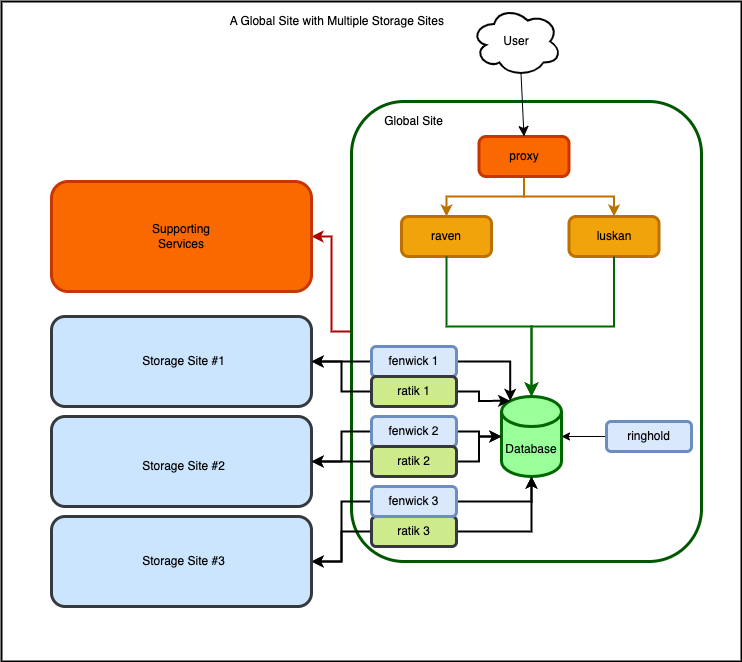
The draw.io diagram storage-inventory/ops/GlobalSiteWithExternal.drawio.png in opencadc/opencadc.github.io, before a commit. Source tidied: cells renumbered, new cells last; positions are measured from the earlier drawing's top-left corner, leaving out a move shared by most shapes.
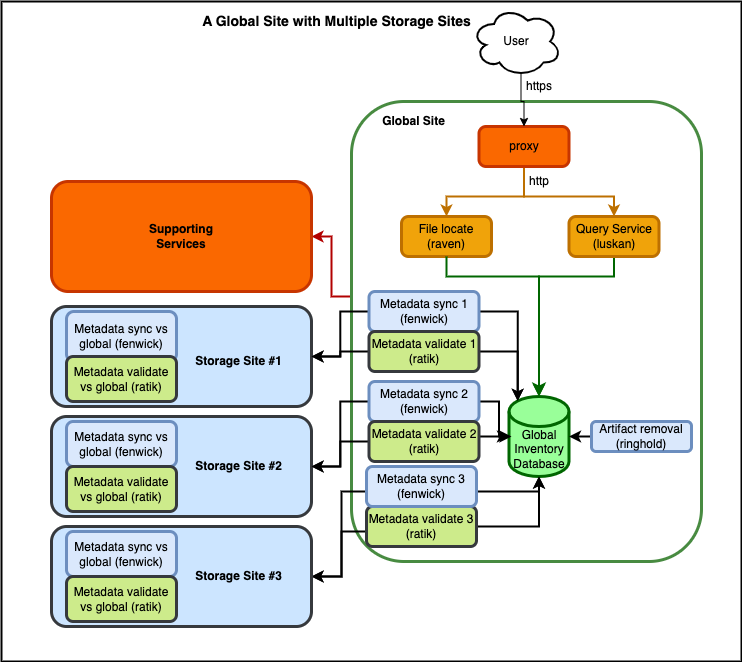
The same file after the commit.

Diff of the diagram source:
```diff
@@ -6,45 +6,61 @@
       <mxGeometry width="740" height="660" as="geometry" />
     </mxCell>
     <mxCell id="3" style="edgeStyle=orthogonalEdgeStyle;rounded=0;jettySize=auto;html=1;exitX=0;exitY=0.5;exitDx=0;exitDy=0;entryX=1;entryY=0.5;entryDx=0;entryDy=0;fillColor=#e51400;strokeColor=#B20000;strokeWidth=2;" parent="1" edge="1" source="4" target="16">
-      <mxGeometry relative="1" as="geometry" />
+      <mxGeometry relative="1" as="geometry">
+        <Array as="points">
+          <mxPoint x="350" y="295" />
+          <mxPoint x="330" y="295" />
+          <mxPoint x="330" y="235" />
+        </Array>
+      </mxGeometry>
     </mxCell>
-    <mxCell id="4" style="rounded=1;whiteSpace=wrap;html=1;fillColor=none;fontColor=#ffffff;strokeColor=#005700;strokeWidth=3;" parent="1" vertex="1">
+    <mxCell id="4" style="rounded=1;whiteSpace=wrap;html=1;fillColor=none;fontColor=#ffffff;strokeColor=#488b41;strokeWidth=3;" parent="1" vertex="1">
       <mxGeometry x="350" y="100" width="350" height="460" as="geometry" />
     </mxCell>
     <mxCell id="5" style="rounded=1;whiteSpace=wrap;html=1;strokeWidth=3;fillColor=#cce5ff;strokeColor=#36393d;" parent="1" vertex="1">
-      <mxGeometry x="50" y="315" width="260" height="90" as="geometry" />
+      <mxGeometry x="50" y="305" width="260" height="100" as="geometry" />
     </mxCell>
-    <mxCell id="6" value="raven" style="rounded=1;whiteSpace=wrap;html=1;absoluteArcSize=1;arcSize=14;strokeWidth=3;fillColor=#f0a30a;fontColor=#000000;strokeColor=#BD7000;" parent="1" vertex="1">
+    <mxCell id="6" value="File locate&lt;br&gt;(raven)" style="rounded=1;whiteSpace=wrap;html=1;absoluteArcSize=1;arcSize=14;strokeWidth=3;fillColor=#f0a30a;fontColor=#000000;strokeColor=#BD7000;" parent="1" vertex="1">
       <mxGeometry x="400" y="215" width="90" height="40" as="geometry" />
     </mxCell>
     <mxCell id="7" style="edgeStyle=orthogonalEdgeStyle;rounded=0;jettySize=auto;html=1;exitX=0.5;exitY=1;exitDx=0;exitDy=0;entryX=0.5;entryY=0;entryDx=0;entryDy=0;strokeColor=#BD7000;fillColor=#f0a30a;strokeWidth=2;" parent="1" edge="1" source="9" target="6">
-      <mxGeometry relative="1" as="geometry" />
+      <mxGeometry relative="1" as="geometry">
+        <Array as="points">
+          <mxPoint x="523" y="195" />
+          <mxPoint x="445" y="195" />
+        </Array>
+      </mxGeometry>
     </mxCell>
     <mxCell id="8" style="edgeStyle=orthogonalEdgeStyle;rounded=0;jettySize=auto;html=1;exitX=0.5;exitY=1;exitDx=0;exitDy=0;entryX=0.5;entryY=0;entryDx=0;entryDy=0;strokeColor=#BD7000;fillColor=#f0a30a;strokeWidth=2;" parent="1" edge="1" source="9" target="10">
-      <mxGeometry relative="1" as="geometry" />
+      <mxGeometry relative="1" as="geometry">
+        <Array as="points">
+          <mxPoint x="523" y="195" />
+          <mxPoint x="613" y="195" />
+        </Array>
+      </mxGeometry>
     </mxCell>
     <mxCell id="9" value="proxy" style="rounded=1;whiteSpace=wrap;html=1;absoluteArcSize=1;arcSize=14;strokeWidth=3;fillColor=#fa6800;strokeColor=#C73500;fontColor=#000000;" parent="1" vertex="1">
-      <mxGeometry x="477.5" y="135" width="90" height="40" as="geometry" />
+      <mxGeometry x="477.5" y="125" width="90" height="40" as="geometry" />
     </mxCell>
+    <mxCell id="11" style="edgeStyle=orthogonalEdgeStyle;rounded=0;jettySize=auto;html=1;exitX=0.5;exitY=1;exitDx=0;exitDy=0;entryX=0.5;entryY=0;entryDx=0;entryDy=0;entryPerimeter=0;strokeWidth=2;strokeColor=#006600;" parent="1" edge="1" source="10" target="18">
+      <mxGeometry relative="1" as="geometry">
+        <Array as="points">
+          <mxPoint x="613" y="275" />
+          <mxPoint x="538" y="275" />
+        </Array>
+      </mxGeometry>
+    </mxCell>
-    <mxCell id="10" value="luskan" style="rounded=1;whiteSpace=wrap;html=1;absoluteArcSize=1;arcSize=14;strokeWidth=3;fillColor=#f0a30a;strokeColor=#BD7000;fontColor=#000000;glass=0;shadow=0;sketch=0;" parent="1" vertex="1">
+    <mxCell id="10" value="Query Service&lt;br&gt;(luskan)" style="rounded=1;whiteSpace=wrap;html=1;absoluteArcSize=1;arcSize=14;strokeWidth=3;fillColor=#f0a30a;strokeColor=#BD7000;fontColor=#000000;glass=0;shadow=0;sketch=0;" parent="1" vertex="1">
       <mxGeometry x="567.5" y="215" width="90" height="40" as="geometry" />
     </mxCell>
-    <mxCell id="11" style="edgeStyle=segmentEdgeStyle;endArrow=classic;html=1;curved=0;rounded=0;endSize=8;startSize=8;exitX=0.5;exitY=1;exitDx=0;exitDy=0;strokeColor=#006600;strokeWidth=2;entryX=0.5;entryY=0;entryDx=0;entryDy=0;entryPerimeter=0;" parent="1" edge="1" source="10" target="18">
-      <mxGeometry relative="1" as="geometry">
-        <Array as="points">
-          <mxPoint x="613" y="325" />
-          <mxPoint x="530" y="325" />
-        </Array>
-      </mxGeometry>
-    </mxCell>
     <mxCell id="12" style="edgeStyle=elbowEdgeStyle;elbow=vertical;endArrow=classic;html=1;curved=0;rounded=0;endSize=8;startSize=8;entryX=0.5;entryY=0;entryDx=0;entryDy=0;entryPerimeter=0;strokeColor=#006600;strokeWidth=2;exitX=0.5;exitY=1;exitDx=0;exitDy=0;" parent="1" edge="1" source="6" target="18">
       <mxGeometry relative="1" as="geometry">
         <Array as="points">
-          <mxPoint x="470" y="325" />
+          <mxPoint x="480" y="275" />
         </Array>
       </mxGeometry>
     </mxCell>
-    <mxCell id="13" style="elbow=vertical;endArrow=classic;html=1;rounded=0;endSize=8;startSize=8;strokeColor=#000000;entryX=0.5;entryY=0;entryDx=0;entryDy=0;exitX=0.55;exitY=0.95;exitDx=0;exitDy=0;exitPerimeter=0;" parent="1" edge="1" source="14" target="9">
+    <mxCell id="13" style="edgeStyle=orthogonalEdgeStyle;rounded=0;jettySize=auto;html=1;exitX=0.55;exitY=0.95;exitDx=0;exitDy=0;exitPerimeter=0;entryX=0.5;entryY=0;entryDx=0;entryDy=0;" parent="1" edge="1" source="14" target="9">
       <mxGeometry relative="1" as="geometry" />
     </mxCell>
     <mxCell id="14" value="User" style="ellipse;shape=cloud;whiteSpace=wrap;html=1;strokeWidth=2;" parent="1" vertex="1">
@@ -58,17 +74,17 @@
     <mxCell id="16" style="rounded=1;whiteSpace=wrap;html=1;shadow=0;glass=0;sketch=0;strokeColor=#C73500;strokeWidth=3;fillColor=#fa6800;fontColor=#000000;" parent="1" vertex="1">
       <mxGeometry x="50" y="180" width="260" height="110" as="geometry" />
     </mxCell>
-    <mxCell id="17" value="&lt;div&gt;Supporting Services&lt;/div&gt;" style="text;html=1;strokeColor=none;fillColor=none;align=center;verticalAlign=middle;whiteSpace=wrap;rounded=0;" parent="1" vertex="1">
+    <mxCell id="17" value="&lt;div&gt;Supporting Services&lt;/div&gt;" style="text;html=1;strokeColor=none;fillColor=none;align=center;verticalAlign=middle;whiteSpace=wrap;rounded=0;fontStyle=1;" parent="1" vertex="1">
       <mxGeometry x="130" y="220" width="100" height="30" as="geometry" />
     </mxCell>
-    <mxCell id="18" value="Database" style="shape=cylinder3;whiteSpace=wrap;html=1;boundedLbl=1;backgroundOutline=1;size=15;strokeColor=#006600;fillColor=#99FF99;strokeWidth=3;" parent="1" vertex="1">
-      <mxGeometry x="500" y="395" width="60" height="80" as="geometry" />
+    <mxCell id="18" value="Global Inventory Database" style="shape=cylinder3;whiteSpace=wrap;html=1;boundedLbl=1;backgroundOutline=1;size=15;strokeColor=#006600;fillColor=#99FF99;strokeWidth=3;" parent="1" vertex="1">
+      <mxGeometry x="507.5" y="395" width="60" height="80" as="geometry" />
     </mxCell>
-    <mxCell id="19" style="edgeStyle=orthogonalEdgeStyle;rounded=0;jettySize=auto;html=1;exitX=0;exitY=0.5;exitDx=0;exitDy=0;entryX=1;entryY=0.5;entryDx=0;entryDy=0;entryPerimeter=0;" parent="1" edge="1" source="20" target="18">
+    <mxCell id="19" style="edgeStyle=orthogonalEdgeStyle;rounded=0;jettySize=auto;html=1;exitX=0;exitY=0.5;exitDx=0;exitDy=0;entryX=1;entryY=0.5;entryDx=0;entryDy=0;entryPerimeter=0;strokeWidth=2;" parent="1" edge="1" source="20" target="18">
       <mxGeometry relative="1" as="geometry" />
     </mxCell>
-    <mxCell id="20" value="ringhold" style="rounded=1;whiteSpace=wrap;html=1;strokeWidth=3;fillColor=#dae8fc;strokeColor=#6c8ebf;" parent="1" vertex="1">
-      <mxGeometry x="605" y="420" width="85" height="30" as="geometry" />
+    <mxCell id="20" value="Artifact removal (ringhold)" style="rounded=1;whiteSpace=wrap;html=1;strokeWidth=3;fillColor=#dae8fc;strokeColor=#6c8ebf;" parent="1" vertex="1">
+      <mxGeometry x="590" y="420" width="100" height="30" as="geometry" />
     </mxCell>
     <mxCell id="21" style="edgeStyle=orthogonalEdgeStyle;rounded=0;jettySize=auto;html=1;exitX=1;exitY=0.5;exitDx=0;exitDy=0;strokeWidth=2;" parent="1" edge="1" source="23" target="18">
       <mxGeometry relative="1" as="geometry" />
@@ -78,8 +94,8 @@
         <mxPoint x="370" y="530" as="sourcePoint" />
       </mxGeometry>
     </mxCell>
-    <mxCell id="23" value="ratik 3" style="rounded=1;whiteSpace=wrap;html=1;strokeWidth=3;fillColor=#cdeb8b;strokeColor=#36393d;" parent="1" vertex="1">
-      <mxGeometry x="370" y="515" width="85" height="30" as="geometry" />
+    <mxCell id="23" value="Metadata validate 3 (ratik)" style="rounded=1;whiteSpace=wrap;html=1;strokeWidth=3;fillColor=#cdeb8b;strokeColor=#36393d;" parent="1" vertex="1">
+      <mxGeometry x="365" y="505" width="110" height="40" as="geometry" />
     </mxCell>
     <mxCell id="24" style="edgeStyle=orthogonalEdgeStyle;rounded=0;jettySize=auto;html=1;exitX=1;exitY=0.5;exitDx=0;exitDy=0;entryX=0.145;entryY=0;entryDx=0;entryDy=4.35;entryPerimeter=0;strokeWidth=2;" parent="1" edge="1" source="26" target="18">
       <mxGeometry relative="1" as="geometry" />
@@ -87,38 +103,54 @@
     <mxCell id="25" style="edgeStyle=orthogonalEdgeStyle;rounded=0;jettySize=auto;html=1;exitX=0;exitY=0.5;exitDx=0;exitDy=0;entryX=1;entryY=0.5;entryDx=0;entryDy=0;strokeWidth=2;" parent="1" edge="1" source="26" target="5">
       <mxGeometry relative="1" as="geometry" />
     </mxCell>
-    <mxCell id="26" value="fenwick 1" style="rounded=1;whiteSpace=wrap;html=1;strokeWidth=3;fillColor=#dae8fc;strokeColor=#6c8ebf;" parent="1" vertex="1">
-      <mxGeometry x="370" y="345" width="85" height="30" as="geometry" />
+    <mxCell id="26" value="Metadata sync 1 (fenwick)" style="rounded=1;whiteSpace=wrap;html=1;strokeWidth=3;fillColor=#dae8fc;strokeColor=#6c8ebf;" parent="1" vertex="1">
+      <mxGeometry x="367.5" y="290" width="110" height="40" as="geometry" />
     </mxCell>
+    <mxCell id="28" style="edgeStyle=orthogonalEdgeStyle;rounded=0;jettySize=auto;html=1;exitX=0;exitY=0.5;exitDx=0;exitDy=0;entryX=1;entryY=0.5;entryDx=0;entryDy=0;strokeWidth=2;" parent="1" edge="1" source="29" target="33">
+      <mxGeometry relative="1" as="geometry" />
+    </mxCell>
-    <mxCell id="27" style="edgeStyle=orthogonalEdgeStyle;rounded=0;jettySize=auto;html=1;exitX=1;exitY=0.5;exitDx=0;exitDy=0;entryX=0;entryY=0.5;entryDx=0;entryDy=0;entryPerimeter=0;strokeWidth=2;" parent="1" edge="1" source="29" target="18">
+    <mxCell id="27" style="edgeStyle=orthogonalEdgeStyle;rounded=0;jettySize=auto;html=1;exitX=1;exitY=0.5;exitDx=0;exitDy=0;entryX=0;entryY=0.5;entryDx=0;entryDy=0;entryPerimeter=0;strokeWidth=2;strokeColor=#000000;" parent="1" edge="1" source="29" target="18">
       <mxGeometry relative="1" as="geometry" />
     </mxCell>
-    <mxCell id="28" style="edgeStyle=orthogonalEdgeStyle;rounded=0;jettySize=auto;html=1;exitX=0;exitY=0.5;exitDx=0;exitDy=0;entryX=1;entryY=0.5;entryDx=0;entryDy=0;strokeWidth=2;" parent="1" edge="1" source="29" target="33">
-      <mxGeometry relative="1" as="geometry" />
-    </mxCell>
-    <mxCell id="29" value="fenwick 2" style="rounded=1;whiteSpace=wrap;html=1;strokeWidth=3;fillColor=#dae8fc;strokeColor=#6c8ebf;" parent="1" vertex="1">
-      <mxGeometry x="370" y="415" width="85" height="30" as="geometry" />
+    <mxCell id="29" value="Metadata sync 2 (fenwick)" style="rounded=1;whiteSpace=wrap;html=1;strokeWidth=3;fillColor=#dae8fc;strokeColor=#6c8ebf;" parent="1" vertex="1">
+      <mxGeometry x="367.5" y="380" width="110" height="40" as="geometry" />
     </mxCell>
     <mxCell id="30" style="edgeStyle=orthogonalEdgeStyle;rounded=0;jettySize=auto;html=1;exitX=1;exitY=0.5;exitDx=0;exitDy=0;entryX=0.5;entryY=1;entryDx=0;entryDy=0;entryPerimeter=0;strokeWidth=2;" parent="1" edge="1" source="32" target="18">
-      <mxGeometry relative="1" as="geometry" />
+      <mxGeometry relative="1" as="geometry">
+        <Array as="points">
+          <mxPoint x="475" y="490" />
+          <mxPoint x="538" y="490" />
+        </Array>
+      </mxGeometry>
     </mxCell>
     <mxCell id="31" style="edgeStyle=orthogonalEdgeStyle;rounded=0;jettySize=auto;html=1;exitX=0;exitY=0.5;exitDx=0;exitDy=0;entryX=1;entryY=0.5;entryDx=0;entryDy=0;strokeWidth=2;" parent="1" edge="1" source="32" target="40">
-      <mxGeometry relative="1" as="geometry" />
+      <mxGeometry relative="1" as="geometry">
+        <Array as="points">
+          <mxPoint x="365" y="490" />
+          <mxPoint x="340" y="490" />
+          <mxPoint x="340" y="575" />
+        </Array>
+      </mxGeometry>
     </mxCell>
-    <mxCell id="32" value="fenwick 3" style="rounded=1;whiteSpace=wrap;html=1;strokeWidth=3;fillColor=#dae8fc;strokeColor=#6c8ebf;" parent="1" vertex="1">
-      <mxGeometry x="370" y="485" width="85" height="30" as="geometry" />
+    <mxCell id="32" value="Metadata sync 3 (fenwick)" style="rounded=1;whiteSpace=wrap;html=1;strokeWidth=3;fillColor=#dae8fc;strokeColor=#6c8ebf;" parent="1" vertex="1">
+      <mxGeometry x="365" y="465" width="110" height="40" as="geometry" />
     </mxCell>
     <mxCell id="33" style="rounded=1;whiteSpace=wrap;html=1;strokeWidth=3;fillColor=#cce5ff;strokeColor=#36393d;" parent="1" vertex="1">
-      <mxGeometry x="50" y="415" width="260" height="90" as="geometry" />
+      <mxGeometry x="50" y="415" width="260" height="100" as="geometry" />
     </mxCell>
-    <mxCell id="34" style="edgeStyle=orthogonalEdgeStyle;rounded=0;jettySize=auto;html=1;exitX=1;exitY=0.5;exitDx=0;exitDy=0;strokeWidth=2;" parent="1" edge="1" source="36" target="18">
-      <mxGeometry relative="1" as="geometry" />
-    </mxCell>
     <mxCell id="35" style="edgeStyle=orthogonalEdgeStyle;rounded=0;jettySize=auto;html=1;exitX=0;exitY=0.5;exitDx=0;exitDy=0;strokeWidth=2;" parent="1" edge="1" source="36" target="33">
       <mxGeometry relative="1" as="geometry" />
     </mxCell>
+    <mxCell id="46" style="edgeStyle=orthogonalEdgeStyle;rounded=0;jettySize=auto;html=1;exitX=1;exitY=0.5;exitDx=0;exitDy=0;strokeWidth=2;strokeColor=#000000;" parent="1" edge="1" source="36">
+      <mxGeometry relative="1" as="geometry">
+        <mxPoint x="510" y="435" as="targetPoint" />
+        <Array as="points">
+          <mxPoint x="478" y="435" />
+        </Array>
+      </mxGeometry>
+    </mxCell>
-    <mxCell id="36" value="ratik 2" style="rounded=1;whiteSpace=wrap;html=1;strokeWidth=3;fillColor=#cdeb8b;strokeColor=#36393d;" parent="1" vertex="1">
-      <mxGeometry x="370" y="445" width="85" height="30" as="geometry" />
+    <mxCell id="36" value="Metadata validate 2 (ratik)" style="rounded=1;whiteSpace=wrap;html=1;strokeWidth=3;fillColor=#cdeb8b;strokeColor=#36393d;" parent="1" vertex="1">
+      <mxGeometry x="367.5" y="420" width="110" height="40" as="geometry" />
     </mxCell>
     <mxCell id="37" style="edgeStyle=orthogonalEdgeStyle;rounded=0;jettySize=auto;html=1;exitX=1;exitY=0.5;exitDx=0;exitDy=0;entryX=0.145;entryY=0;entryDx=0;entryDy=4.35;entryPerimeter=0;strokeWidth=2;" parent="1" edge="1" source="39" target="18">
       <mxGeometry relative="1" as="geometry" />
@@ -126,26 +158,50 @@
     <mxCell id="38" style="edgeStyle=orthogonalEdgeStyle;rounded=0;jettySize=auto;html=1;exitX=0;exitY=0.5;exitDx=0;exitDy=0;strokeWidth=2;" parent="1" edge="1" source="39" target="5">
       <mxGeometry relative="1" as="geometry" />
     </mxCell>
-    <mxCell id="39" value="ratik 1" style="rounded=1;whiteSpace=wrap;html=1;strokeWidth=3;fillColor=#cdeb8b;strokeColor=#36393d;" parent="1" vertex="1">
-      <mxGeometry x="370" y="375" width="85" height="30" as="geometry" />
+    <mxCell id="39" value="Metadata validate 1 (ratik)" style="rounded=1;whiteSpace=wrap;html=1;strokeWidth=3;fillColor=#cdeb8b;strokeColor=#36393d;" parent="1" vertex="1">
+      <mxGeometry x="367.5" y="330" width="110" height="40" as="geometry" />
     </mxCell>
     <mxCell id="40" style="rounded=1;whiteSpace=wrap;html=1;strokeWidth=3;fillColor=#cce5ff;strokeColor=#36393d;" parent="1" vertex="1">
-      <mxGeometry x="50" y="515" width="260" height="90" as="geometry" />
+      <mxGeometry x="50" y="525" width="260" height="100" as="geometry" />
     </mxCell>
-    <mxCell id="41" value="Storage Site #1" style="text;html=1;strokeColor=none;fillColor=none;align=center;verticalAlign=middle;whiteSpace=wrap;rounded=0;" parent="1" vertex="1">
-      <mxGeometry x="120" y="345" width="125" height="30" as="geometry" />
+    <mxCell id="41" value="Storage Site #1" style="text;html=1;strokeColor=none;fillColor=none;align=center;verticalAlign=middle;whiteSpace=wrap;rounded=0;fontStyle=1;" parent="1" vertex="1">
+      <mxGeometry x="175" y="345" width="125" height="30" as="geometry" />
     </mxCell>
-    <mxCell id="42" value="Storage Site #2" style="text;html=1;strokeColor=none;fillColor=none;align=center;verticalAlign=middle;whiteSpace=wrap;rounded=0;" parent="1" vertex="1">
-      <mxGeometry x="120" y="450" width="125" height="30" as="geometry" />
+    <mxCell id="42" value="Storage Site #2" style="text;html=1;strokeColor=none;fillColor=none;align=center;verticalAlign=middle;whiteSpace=wrap;rounded=0;fontStyle=1;" parent="1" vertex="1">
+      <mxGeometry x="175" y="450" width="125" height="30" as="geometry" />
     </mxCell>
-    <mxCell id="43" value="Storage Site #3" style="text;html=1;strokeColor=none;fillColor=none;align=center;verticalAlign=middle;whiteSpace=wrap;rounded=0;" parent="1" vertex="1">
-      <mxGeometry x="120" y="545" width="125" height="30" as="geometry" />
+    <mxCell id="43" value="Storage Site #3" style="text;html=1;strokeColor=none;fillColor=none;align=center;verticalAlign=middle;whiteSpace=wrap;rounded=0;fontStyle=1;" parent="1" vertex="1">
+      <mxGeometry x="175" y="560" width="125" height="30" as="geometry" />
     </mxCell>
-    <mxCell id="44" value="Global Site" style="text;html=1;strokeColor=none;fillColor=none;align=center;verticalAlign=middle;whiteSpace=wrap;rounded=0;" parent="1" vertex="1">
+    <mxCell id="44" value="Global Site" style="text;html=1;strokeColor=none;fillColor=none;align=center;verticalAlign=middle;whiteSpace=wrap;rounded=0;fontStyle=1;" parent="1" vertex="1">
       <mxGeometry x="350" y="105" width="125" height="30" as="geometry" />
     </mxCell>
-    <mxCell id="45" value="A Global Site with Multiple Storage Sites&amp;nbsp;" style="text;html=1;strokeColor=none;fillColor=none;align=center;verticalAlign=middle;whiteSpace=wrap;rounded=0;" parent="1" vertex="1">
+    <mxCell id="45" value="&lt;font style=&quot;font-size: 14px;&quot;&gt;A Global Site with Multiple Storage Sites&amp;nbsp;&lt;/font&gt;" style="text;html=1;strokeColor=none;fillColor=none;align=center;verticalAlign=middle;whiteSpace=wrap;rounded=0;fontStyle=1;" parent="1" vertex="1">
       <mxGeometry x="195" y="5" width="285" height="30" as="geometry" />
     </mxCell>
+    <mxCell id="47" value="Metadata sync vs global (fenwick)" style="rounded=1;whiteSpace=wrap;html=1;strokeWidth=3;fillColor=#dae8fc;strokeColor=#6c8ebf;" parent="1" vertex="1">
+      <mxGeometry x="65" y="310" width="110" height="50" as="geometry" />
+    </mxCell>
+    <mxCell id="48" value="Metadata validate vs global (ratik)" style="rounded=1;whiteSpace=wrap;html=1;strokeWidth=3;fillColor=#cdeb8b;strokeColor=#36393d;" parent="1" vertex="1">
+      <mxGeometry x="65" y="355" width="110" height="45" as="geometry" />
+    </mxCell>
+    <mxCell id="49" value="Metadata sync vs global (fenwick)" style="rounded=1;whiteSpace=wrap;html=1;strokeWidth=3;fillColor=#dae8fc;strokeColor=#6c8ebf;" parent="1" vertex="1">
+      <mxGeometry x="65" y="420" width="110" height="45" as="geometry" />
+    </mxCell>
+    <mxCell id="50" value="Metadata validate vs global (ratik)" style="rounded=1;whiteSpace=wrap;html=1;strokeWidth=3;fillColor=#cdeb8b;strokeColor=#36393d;" parent="1" vertex="1">
+      <mxGeometry x="65" y="465" width="110" height="45" as="geometry" />
+    </mxCell>
+    <mxCell id="51" value="Metadata sync vs global (fenwick)" style="rounded=1;whiteSpace=wrap;html=1;strokeWidth=3;fillColor=#dae8fc;strokeColor=#6c8ebf;" parent="1" vertex="1">
+      <mxGeometry x="65" y="530" width="110" height="45" as="geometry" />
+    </mxCell>
+    <mxCell id="52" value="Metadata validate vs global (ratik)" style="rounded=1;whiteSpace=wrap;html=1;strokeWidth=3;fillColor=#cdeb8b;strokeColor=#36393d;" parent="1" vertex="1">
+      <mxGeometry x="65" y="575" width="110" height="45" as="geometry" />
+    </mxCell>
+    <mxCell id="53" value="https" style="text;html=1;strokeColor=none;fillColor=none;align=center;verticalAlign=middle;whiteSpace=wrap;rounded=0;" parent="1" vertex="1">
+      <mxGeometry x="507.5" y="70" width="60" height="30" as="geometry" />
+    </mxCell>
+    <mxCell id="54" value="http" style="text;html=1;strokeColor=none;fillColor=none;align=center;verticalAlign=middle;whiteSpace=wrap;rounded=0;" parent="1" vertex="1">
+      <mxGeometry x="507.5" y="165" width="60" height="30" as="geometry" />
+    </mxCell>
   </root>
 </mxGraphModel>
```
